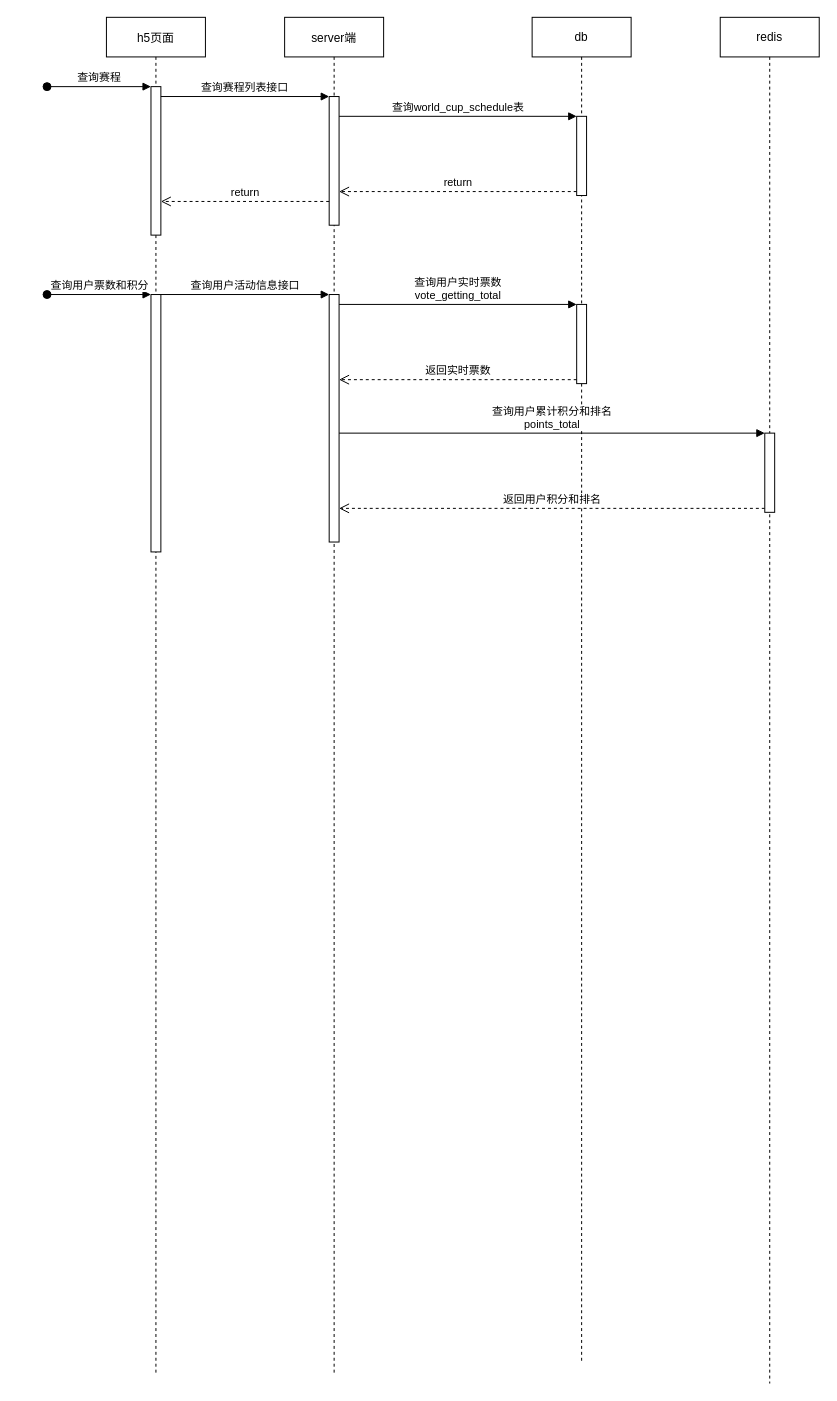
Before: H5世界杯活动设计顺序图.drawio in milletzhu/datasource, a draw.io diagram. Source tidied: cells renumbered, new cells numbered last; positions are measured from the earlier drawing's top-left corner, leaving out a move shared by most shapes. Both pictures are drawn from the tidied source at 99%, with x=0, y=0 at pixel (47, 17).
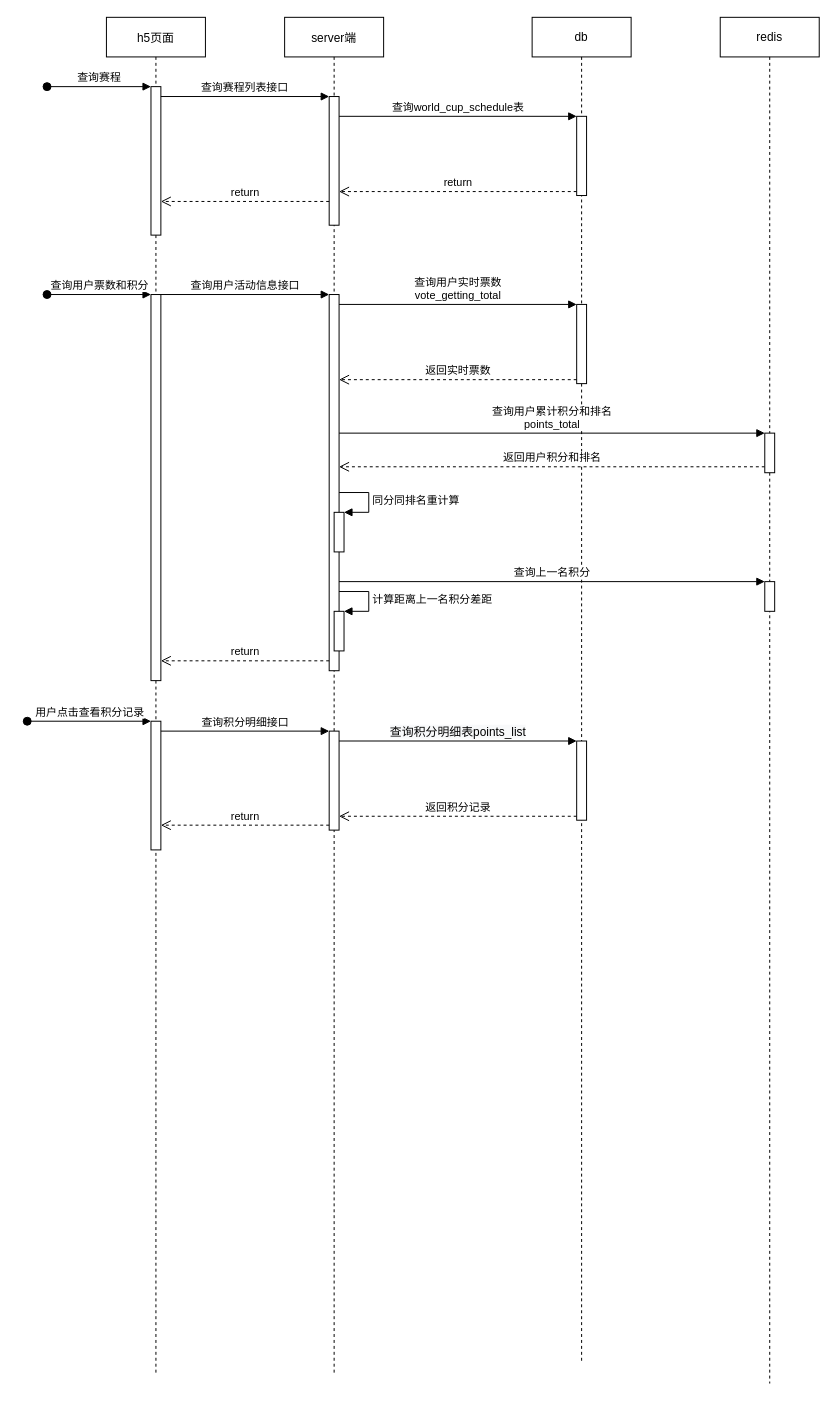
The same page after the edit.

Commit message (it also covers changes not shown here):
更新H5世界杯活动设计顺序图.drawio

Unchanged cells that the change refers to:
```xml
<mxCell id="2" value="h5页面" style="shape=umlLifeline;perimeter=lifelinePerimeter;rounded=0;shadow=0;strokeWidth=1;" parent="1" vertex="1">
  <mxGeometry x="60" width="100" height="1370" as="geometry" />
</mxCell>
<mxCell id="7" value="server端" style="shape=umlLifeline;perimeter=lifelinePerimeter;rounded=0;shadow=0;strokeWidth=1;" parent="1" vertex="1">
  <mxGeometry x="240" width="100" height="1370" as="geometry" />
</mxCell>
<mxCell id="11" value="db" style="shape=umlLifeline;perimeter=lifelinePerimeter;whiteSpace=wrap;html=1;" parent="1" vertex="1">
  <mxGeometry x="490" width="100" height="1360" as="geometry" />
</mxCell>
<mxCell id="22" value="redis" style="shape=umlLifeline;perimeter=lifelinePerimeter;whiteSpace=wrap;html=1;" parent="1" vertex="1">
  <mxGeometry x="680" width="100" height="1380" as="geometry" />
</mxCell>
```

What changed in the source:
```diff
@@
     <mxCell id="5" style="html=1;points=[];perimeter=orthogonalPerimeter;" parent="2" vertex="1">
-      <mxGeometry x="45" y="280" width="10" height="260" as="geometry" />
+      <mxGeometry x="45" y="280" width="10" height="390" as="geometry" />
     </mxCell>
@@
+    <mxCell id="24" style="html=1;points=[];perimeter=orthogonalPerimeter;" parent="2" vertex="1">
+      <mxGeometry x="45" y="711" width="10" height="130" as="geometry" />
+    </mxCell>
+    <mxCell id="25" value="用户点击查看积分记录" style="html=1;verticalAlign=bottom;startArrow=oval;endArrow=block;startSize=8;rounded=0;" parent="2" edge="1" target="24">
+      <mxGeometry relative="1" as="geometry">
+        <mxPoint x="-80" y="711" as="sourcePoint" />
+      </mxGeometry>
+    </mxCell>
@@
     <mxCell id="9" style="html=1;points=[];perimeter=orthogonalPerimeter;" parent="7" vertex="1">
-      <mxGeometry x="45" y="280" width="10" height="250" as="geometry" />
+      <mxGeometry x="45" y="280" width="10" height="380" as="geometry" />
     </mxCell>
+    <mxCell id="26" style="html=1;points=[];perimeter=orthogonalPerimeter;" parent="7" vertex="1">
+      <mxGeometry x="45" y="721" width="10" height="100" as="geometry" />
+    </mxCell>
+    <mxCell id="27" style="html=1;points=[];perimeter=orthogonalPerimeter;" parent="7" vertex="1">
+      <mxGeometry x="50" y="500" width="10" height="40" as="geometry" />
+    </mxCell>
+    <mxCell id="28" value="同分同排名重计算" style="edgeStyle=orthogonalEdgeStyle;html=1;align=left;spacingLeft=2;endArrow=block;rounded=0;entryX=1;entryY=0;" parent="7" edge="1" target="27">
+      <mxGeometry relative="1" as="geometry">
+        <mxPoint x="55" y="480" as="sourcePoint" />
+        <Array as="points">
+          <mxPoint x="85" y="480" />
+        </Array>
+      </mxGeometry>
+    </mxCell>
+    <mxCell id="29" style="html=1;points=[];perimeter=orthogonalPerimeter;" parent="7" vertex="1">
+      <mxGeometry x="50" y="600" width="10" height="40" as="geometry" />
+    </mxCell>
+    <mxCell id="30" value="计算距离上一名积分差距" style="edgeStyle=orthogonalEdgeStyle;html=1;align=left;spacingLeft=2;endArrow=block;rounded=0;entryX=1;entryY=0;" parent="7" edge="1" target="29">
+      <mxGeometry relative="1" as="geometry">
+        <mxPoint x="55" y="580" as="sourcePoint" />
+        <Array as="points">
+          <mxPoint x="85" y="580" />
+        </Array>
+      </mxGeometry>
+    </mxCell>
@@
+    <mxCell id="31" style="html=1;points=[];perimeter=orthogonalPerimeter;" parent="11" vertex="1">
+      <mxGeometry x="45" y="731" width="10" height="80" as="geometry" />
+    </mxCell>
@@
-    <mxCell id="21" value="返回用户积分和排名" style="html=1;verticalAlign=bottom;endArrow=open;dashed=1;endSize=8;exitX=0;exitY=0.95;rounded=0;" parent="1" edge="1" source="23" target="9">
-      <mxGeometry relative="1" as="geometry" />
+    <mxCell id="21" value="返回用户积分和排名" style="html=1;verticalAlign=bottom;endArrow=open;dashed=1;endSize=8;exitX=0;exitY=0.95;rounded=0;" parent="1" edge="1">
+      <mxGeometry relative="1" as="geometry">
+        <mxPoint x="725" y="454" as="sourcePoint" />
+        <mxPoint x="295" y="454" as="targetPoint" />
+      </mxGeometry>
     </mxCell>
@@
     <mxCell id="23" style="html=1;points=[];perimeter=orthogonalPerimeter;" parent="22" vertex="1">
-      <mxGeometry x="45" y="420" width="10" height="80" as="geometry" />
+      <mxGeometry x="45" y="420" width="10" height="40" as="geometry" />
     </mxCell>
+    <mxCell id="32" style="html=1;points=[];perimeter=orthogonalPerimeter;" parent="22" vertex="1">
+      <mxGeometry x="45" y="570" width="10" height="30" as="geometry" />
+    </mxCell>
+    <mxCell id="33" value="查询积分明细接口" style="html=1;verticalAlign=bottom;endArrow=block;entryX=0;entryY=0;rounded=0;" parent="1" edge="1" source="24" target="26">
+      <mxGeometry relative="1" as="geometry" />
+    </mxCell>
+    <mxCell id="34" value="return" style="html=1;verticalAlign=bottom;endArrow=open;dashed=1;endSize=8;exitX=0;exitY=0.95;rounded=0;" parent="1" edge="1" source="26" target="24">
+      <mxGeometry relative="1" as="geometry" />
+    </mxCell>
+    <mxCell id="35" value="&lt;span style=&quot;font-size: 12px; background-color: rgb(248, 249, 250);&quot;&gt;查询积分明细表points_list&lt;/span&gt;" style="html=1;verticalAlign=bottom;endArrow=block;entryX=0;entryY=0;rounded=0;" parent="1" edge="1" source="26" target="31">
+      <mxGeometry relative="1" as="geometry" />
+    </mxCell>
+    <mxCell id="36" value="返回积分记录" style="html=1;verticalAlign=bottom;endArrow=open;dashed=1;endSize=8;exitX=0;exitY=0.95;rounded=0;" parent="1" edge="1" source="31" target="26">
+      <mxGeometry relative="1" as="geometry" />
+    </mxCell>
+    <mxCell id="37" value="查询上一名积分" style="html=1;verticalAlign=bottom;endArrow=block;entryX=0;entryY=0;rounded=0;" parent="1" edge="1" source="9" target="32">
+      <mxGeometry relative="1" as="geometry" />
+    </mxCell>
+    <mxCell id="38" value="return" style="html=1;verticalAlign=bottom;endArrow=open;dashed=1;endSize=8;rounded=0;" parent="1" edge="1">
+      <mxGeometry relative="1" as="geometry">
+        <mxPoint x="285" y="650" as="sourcePoint" />
+        <mxPoint x="115" y="650" as="targetPoint" />
+        <Array as="points">
+          <mxPoint x="210" y="650" />
+        </Array>
+      </mxGeometry>
+    </mxCell>
```
